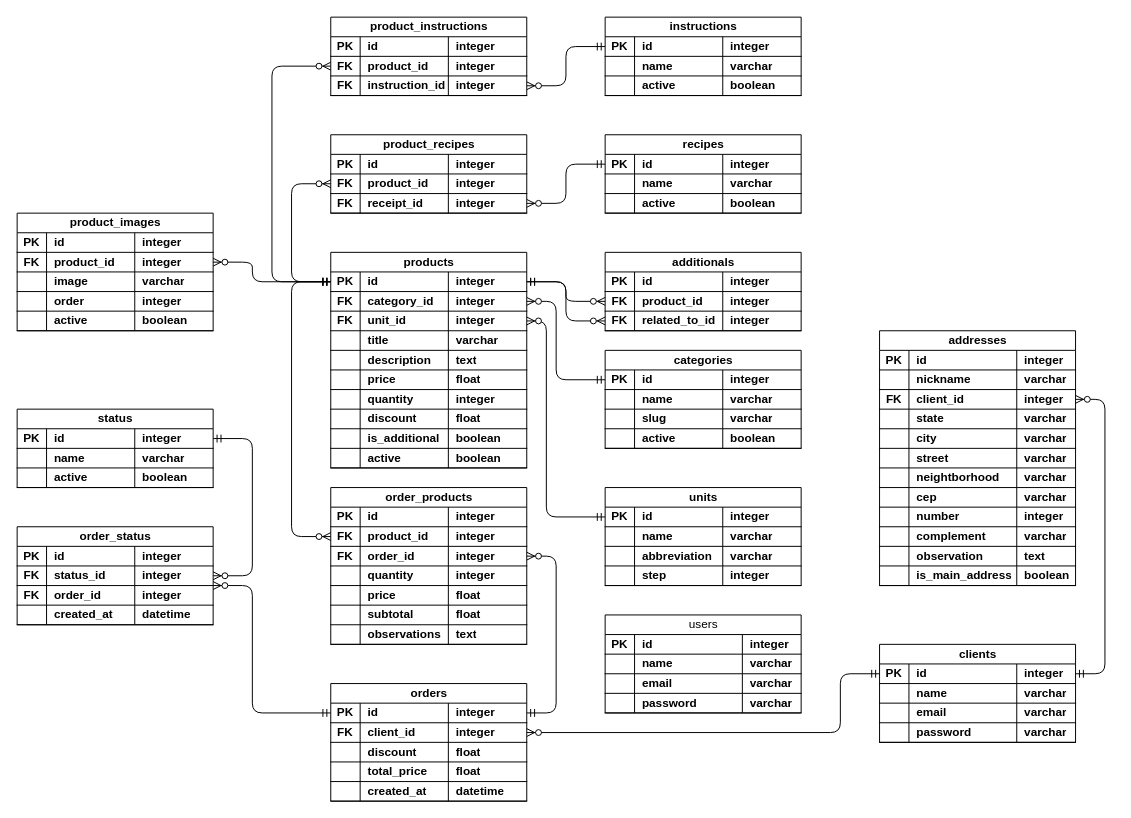
This is database/mer/UML.drawio from univesp-pium/apprestaurantes, a draw.io file, before an edit. Source tidied: cells renumbered, new cells numbered last; positions are measured from the earlier drawing's top-left corner, leaving out a move shared by most shapes. Both pictures are drawn from the tidied source at 98%, with x=0, y=0 at pixel (17, 17).
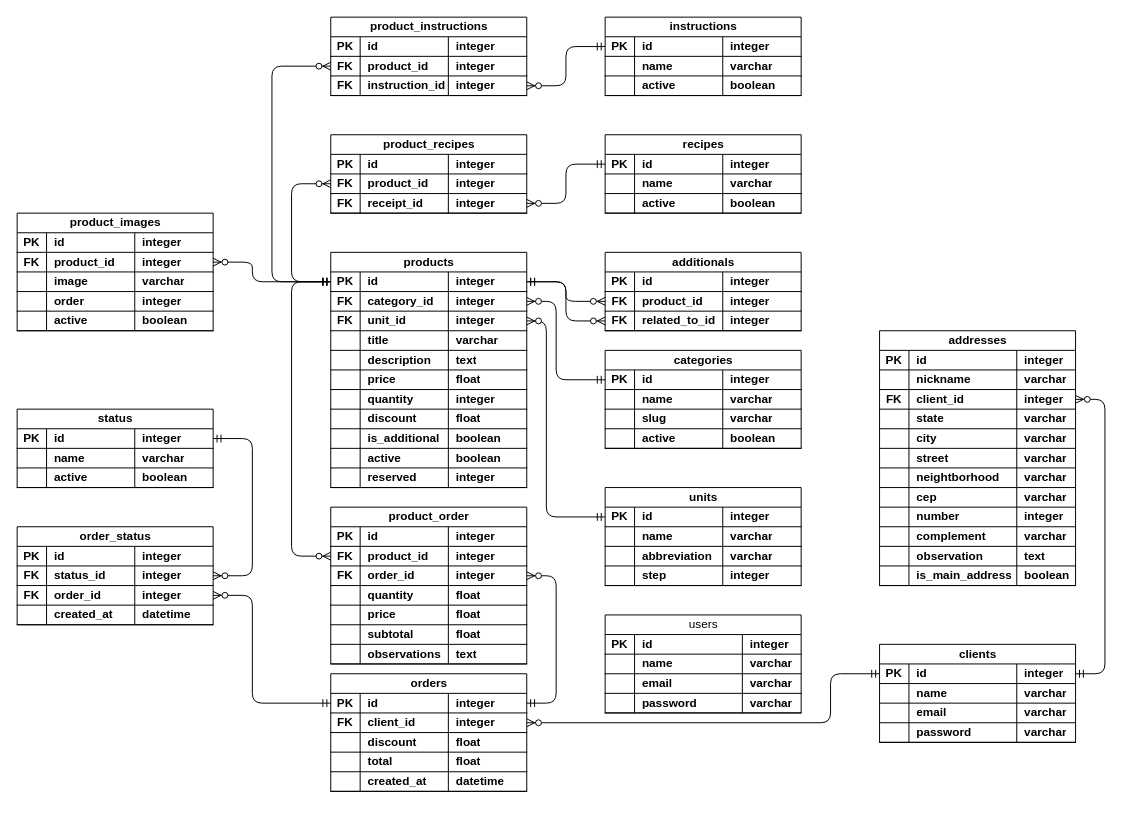
After the change.

Unchanged cells that the change refers to:
```xml
<mxCell id="20" style="shape=tableRow;horizontal=0;startSize=0;swimlaneHead=0;swimlaneBody=0;fillColor=none;points=[[0,0.5],[1,0.5]];portConstraint=eastwest;top=0;left=0;right=0;bottom=1;fontFamily=Helvetica;fontSize=12;fontColor=default;labelBackgroundColor=default;" parent="19" vertex="1">
  <mxGeometry y="20" width="200" height="20" as="geometry" />
</mxCell>
<mxCell id="24" style="shape=tableRow;horizontal=0;startSize=0;swimlaneHead=0;swimlaneBody=0;fillColor=none;points=[[0,0.5],[1,0.5]];portConstraint=eastwest;top=0;left=0;right=0;bottom=1;fontFamily=Helvetica;fontSize=12;fontColor=default;labelBackgroundColor=default;" parent="19" vertex="1">
  <mxGeometry y="40" width="200" height="20" as="geometry" />
</mxCell>
<mxCell id="32" style="shape=tableRow;horizontal=0;startSize=0;swimlaneHead=0;swimlaneBody=0;fillColor=none;top=0;left=0;right=0;bottom=1;fontFamily=Helvetica;fontSize=12;fontColor=default;labelBackgroundColor=default;" parent="19" vertex="1">
  <mxGeometry y="80" width="200" height="20" as="geometry" />
</mxCell>
<mxCell id="62" style="shape=tableRow;horizontal=0;startSize=0;swimlaneHead=0;swimlaneBody=0;fillColor=none;points=[[0,0.5],[1,0.5]];portConstraint=eastwest;top=0;left=0;right=0;bottom=1;fontFamily=Helvetica;fontSize=12;fontColor=default;labelBackgroundColor=default;" parent="53" vertex="1">
  <mxGeometry y="60" width="200" height="20" as="geometry" />
</mxCell>
<mxCell id="83" style="shape=tableRow;horizontal=0;startSize=0;swimlaneHead=0;swimlaneBody=0;fillColor=none;top=0;left=0;right=0;bottom=1;fontFamily=Helvetica;fontSize=12;fontColor=default;labelBackgroundColor=default;" parent="70" vertex="1">
  <mxGeometry y="80" width="200" height="20" as="geometry" />
</mxCell>
<mxCell id="323" style="shape=tableRow;horizontal=0;startSize=0;swimlaneHead=0;swimlaneBody=0;fillColor=none;points=[[0,0.5],[1,0.5]];portConstraint=eastwest;top=0;left=0;right=0;bottom=1;" parent="322" vertex="1">
  <mxGeometry y="20" width="200" height="20" as="geometry" />
</mxCell>
```

The edit, as a diff of the source:
```diff
@@
     <mxCell id="19" value="orders" style="shape=table;startSize=20;childLayout=tableLayout;rowLines=0;fontStyle=1;align=center;html=1;fontFamily=Helvetica;fontSize=12;fontColor=default;labelBackgroundColor=default;" parent="1" vertex="1">
-      <mxGeometry x="320" y="680" width="200" height="120" as="geometry" />
+      <mxGeometry x="320" y="670" width="200" height="120" as="geometry" />
     </mxCell>
@@
-    <mxCell id="34" value="total_price" style="shape=partialRectangle;fillColor=none;top=0;left=0;bottom=0;right=0;align=left;spacingLeft=6;fontStyle=1;overflow=hidden;whiteSpace=wrap;html=1;fontFamily=Helvetica;fontSize=12;fontColor=default;labelBackgroundColor=default;" parent="32" vertex="1">
+    <mxCell id="34" value="total" style="shape=partialRectangle;fillColor=none;top=0;left=0;bottom=0;right=0;align=left;spacingLeft=6;fontStyle=1;overflow=hidden;whiteSpace=wrap;html=1;fontFamily=Helvetica;fontSize=12;fontColor=default;labelBackgroundColor=default;" parent="32" vertex="1">
       <mxGeometry x="30" width="90" height="20" as="geometry" />
     </mxCell>
@@
-    <mxCell id="70" value="order_products" style="shape=table;startSize=20;childLayout=tableLayout;rowLines=0;fontStyle=1;align=center;html=1;fontFamily=Helvetica;fontSize=12;fontColor=default;labelBackgroundColor=default;" parent="1" vertex="1">
-      <mxGeometry x="320" y="480" width="200" height="160" as="geometry" />
+    <mxCell id="70" value="&lt;span style=&quot;color: rgb(0, 0, 0);&quot;&gt;product_&lt;/span&gt;order" style="shape=table;startSize=20;childLayout=tableLayout;rowLines=0;fontStyle=1;align=center;html=1;fontFamily=Helvetica;fontSize=12;fontColor=default;labelBackgroundColor=default;" parent="1" vertex="1">
+      <mxGeometry x="320" y="500" width="200" height="160" as="geometry" />
     </mxCell>
@@
-    <mxCell id="86" value="integer" style="shape=partialRectangle;fillColor=none;top=0;left=0;bottom=0;right=0;align=left;spacingLeft=6;fontStyle=1;overflow=hidden;whiteSpace=wrap;html=1;fontFamily=Helvetica;fontSize=12;fontColor=default;labelBackgroundColor=default;" parent="83" vertex="1">
+    <mxCell id="86" value="float" style="shape=partialRectangle;fillColor=none;top=0;left=0;bottom=0;right=0;align=left;spacingLeft=6;fontStyle=1;overflow=hidden;whiteSpace=wrap;html=1;fontFamily=Helvetica;fontSize=12;fontColor=default;labelBackgroundColor=default;" parent="83" vertex="1">
       <mxGeometry x="120" width="80" height="20" as="geometry" />
     </mxCell>
@@
     <mxCell id="99" value="products" style="shape=table;startSize=20;childLayout=tableLayout;rowLines=0;fontStyle=1;align=center;html=1;fontFamily=Helvetica;fontSize=12;fontColor=default;labelBackgroundColor=default;" parent="1" vertex="1">
-      <mxGeometry x="320" y="240" width="200" height="220" as="geometry" />
+      <mxGeometry x="320" y="240" width="200" height="240" as="geometry" />
     </mxCell>
@@
+    <mxCell id="341" style="shape=tableRow;horizontal=0;startSize=0;swimlaneHead=0;swimlaneBody=0;fillColor=none;top=0;left=0;right=0;bottom=1;fontFamily=Helvetica;fontSize=12;fontColor=default;labelBackgroundColor=default;" parent="99" vertex="1">
+      <mxGeometry y="220" width="200" height="20" as="geometry" />
+    </mxCell>
+    <mxCell id="342" style="shape=partialRectangle;fillColor=none;top=0;left=0;bottom=0;right=0;fontStyle=1;overflow=hidden;whiteSpace=wrap;html=1;fontFamily=Helvetica;fontSize=12;fontColor=default;labelBackgroundColor=default;" parent="341" vertex="1">
+      <mxGeometry width="30" height="20" as="geometry" />
+    </mxCell>
+    <mxCell id="343" value="reserved" style="shape=partialRectangle;fillColor=none;top=0;left=0;bottom=0;right=0;align=left;spacingLeft=6;fontStyle=1;overflow=hidden;whiteSpace=wrap;html=1;fontFamily=Helvetica;fontSize=12;fontColor=default;labelBackgroundColor=default;" parent="341" vertex="1">
+      <mxGeometry x="30" width="90" height="20" as="geometry" />
+    </mxCell>
+    <mxCell id="344" value="integer" style="shape=partialRectangle;fillColor=none;top=0;left=0;bottom=0;right=0;align=left;spacingLeft=6;fontStyle=1;overflow=hidden;whiteSpace=wrap;html=1;fontFamily=Helvetica;fontSize=12;fontColor=default;labelBackgroundColor=default;" parent="341" vertex="1">
+      <mxGeometry x="120" width="80" height="20" as="geometry" />
+    </mxCell>
@@
     <mxCell id="228" style="edgeStyle=elbowEdgeStyle;curved=0;rounded=1;jettySize=auto;html=1;strokeColor=default;align=center;verticalAlign=middle;fontFamily=Helvetica;fontSize=12;fontColor=default;labelBackgroundColor=default;startArrow=ERmandOne;endArrow=ERzeroToMany;" parent="1" edge="1" source="20" target="62">
       <mxGeometry relative="1" as="geometry">
         <Array as="points">
-          <mxPoint x="240" y="580" />
+          <mxPoint x="240" y="640" />
         </Array>
       </mxGeometry>
     </mxCell>
@@
     <mxCell id="339" style="edgeStyle=elbowEdgeStyle;shape=connector;curved=0;rounded=1;html=1;strokeColor=default;align=center;verticalAlign=middle;fontFamily=Helvetica;fontSize=12;fontColor=default;labelBackgroundColor=default;startArrow=ERmandOne;endArrow=ERzeroToMany;" parent="1" edge="1" source="323" target="24">
       <mxGeometry relative="1" as="geometry">
         <Array as="points">
-          <mxPoint x="840" y="710" />
+          <mxPoint x="830" y="700" />
         </Array>
       </mxGeometry>
     </mxCell>
```
